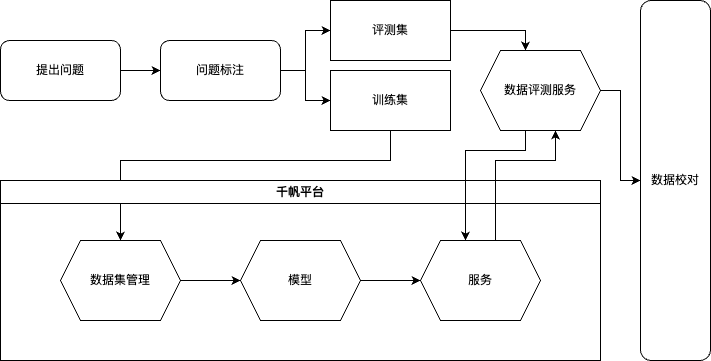
Above: chatbi/评测服务流程.drawio.png in cavaljames/work-diagrams (draw.io), before the change. Source tidied: cells renumbered, new cells last; positions are measured from the earlier drawing's top-left corner, leaving out a move shared by most shapes. Source of this version:
```xml
<mxGraphModel>
  <root>
    <mxCell id="0" />
    <mxCell id="1" parent="0" />
    <mxCell id="2" style="edgeStyle=orthogonalEdgeStyle;rounded=0;jettySize=auto;html=1;" parent="1" edge="1" source="3" target="6">
      <mxGeometry relative="1" as="geometry" />
    </mxCell>
    <mxCell id="3" value="提出问题" style="rounded=1;whiteSpace=wrap;html=1;" parent="1" vertex="1">
      <mxGeometry y="40" width="120" height="60" as="geometry" />
    </mxCell>
    <mxCell id="4" style="edgeStyle=orthogonalEdgeStyle;rounded=0;jettySize=auto;html=1;entryX=0;entryY=0.5;entryDx=0;entryDy=0;" parent="1" edge="1" source="6" target="8">
      <mxGeometry relative="1" as="geometry" />
    </mxCell>
    <mxCell id="5" style="edgeStyle=orthogonalEdgeStyle;rounded=0;jettySize=auto;html=1;exitX=1;exitY=0.5;exitDx=0;exitDy=0;entryX=0;entryY=0.5;entryDx=0;entryDy=0;" parent="1" edge="1" source="6" target="10">
      <mxGeometry relative="1" as="geometry" />
    </mxCell>
    <mxCell id="6" value="问题标注" style="whiteSpace=wrap;html=1;rounded=1;" parent="1" vertex="1">
      <mxGeometry x="160" y="40" width="120" height="60" as="geometry" />
    </mxCell>
    <mxCell id="7" style="edgeStyle=orthogonalEdgeStyle;rounded=0;jettySize=auto;html=1;exitX=1;exitY=0.5;exitDx=0;exitDy=0;entryX=0.375;entryY=0;entryDx=0;entryDy=0;" parent="1" edge="1" source="8" target="19">
      <mxGeometry relative="1" as="geometry" />
    </mxCell>
    <mxCell id="8" value="评测集" style="rounded=0;whiteSpace=wrap;html=1;" parent="1" vertex="1">
      <mxGeometry x="330" width="120" height="60" as="geometry" />
    </mxCell>
    <mxCell id="9" style="edgeStyle=orthogonalEdgeStyle;rounded=0;jettySize=auto;html=1;exitX=0.5;exitY=1;exitDx=0;exitDy=0;" parent="1" edge="1" source="10" target="15">
      <mxGeometry relative="1" as="geometry">
        <Array as="points">
          <mxPoint x="390" y="160" />
          <mxPoint x="120" y="160" />
        </Array>
      </mxGeometry>
    </mxCell>
    <mxCell id="10" value="训练集" style="rounded=0;whiteSpace=wrap;html=1;" parent="1" vertex="1">
      <mxGeometry x="330" y="70" width="120" height="60" as="geometry" />
    </mxCell>
    <mxCell id="11" value="千帆平台" style="swimlane;whiteSpace=wrap;html=1;" parent="1" vertex="1">
      <mxGeometry y="180" width="600" height="180" as="geometry" />
    </mxCell>
    <mxCell id="12" style="edgeStyle=orthogonalEdgeStyle;rounded=0;jettySize=auto;html=1;exitX=1;exitY=0.5;exitDx=0;exitDy=0;entryX=0;entryY=0.5;entryDx=0;entryDy=0;" parent="11" edge="1" source="13" target="16">
      <mxGeometry relative="1" as="geometry" />
    </mxCell>
    <mxCell id="13" value="模型" style="shape=hexagon;perimeter=hexagonPerimeter2;whiteSpace=wrap;html=1;fixedSize=1;" parent="11" vertex="1">
      <mxGeometry x="240" y="60" width="120" height="80" as="geometry" />
    </mxCell>
    <mxCell id="14" style="edgeStyle=orthogonalEdgeStyle;rounded=0;jettySize=auto;html=1;exitX=1;exitY=0.5;exitDx=0;exitDy=0;entryX=0;entryY=0.5;entryDx=0;entryDy=0;" parent="11" edge="1" source="15" target="13">
      <mxGeometry relative="1" as="geometry" />
    </mxCell>
    <mxCell id="15" value="数据集管理" style="shape=hexagon;perimeter=hexagonPerimeter2;whiteSpace=wrap;html=1;fixedSize=1;" parent="11" vertex="1">
      <mxGeometry x="60" y="60" width="120" height="80" as="geometry" />
    </mxCell>
    <mxCell id="16" value="服务" style="shape=hexagon;perimeter=hexagonPerimeter2;whiteSpace=wrap;html=1;fixedSize=1;" parent="11" vertex="1">
      <mxGeometry x="420" y="60" width="120" height="80" as="geometry" />
    </mxCell>
    <mxCell id="17" style="edgeStyle=orthogonalEdgeStyle;rounded=0;jettySize=auto;html=1;exitX=0.375;exitY=1;exitDx=0;exitDy=0;entryX=0.375;entryY=0;entryDx=0;entryDy=0;" parent="1" edge="1" source="19" target="16">
      <mxGeometry relative="1" as="geometry">
        <Array as="points">
          <mxPoint x="525" y="150" />
          <mxPoint x="465" y="150" />
        </Array>
      </mxGeometry>
    </mxCell>
    <mxCell id="18" style="edgeStyle=orthogonalEdgeStyle;rounded=0;jettySize=auto;html=1;exitX=1;exitY=0.5;exitDx=0;exitDy=0;" parent="1" edge="1" source="19" target="21">
      <mxGeometry relative="1" as="geometry" />
    </mxCell>
    <mxCell id="19" value="数据评测服务" style="shape=hexagon;perimeter=hexagonPerimeter2;whiteSpace=wrap;html=1;fixedSize=1;" parent="1" vertex="1">
      <mxGeometry x="480" y="50" width="120" height="80" as="geometry" />
    </mxCell>
    <mxCell id="20" style="edgeStyle=orthogonalEdgeStyle;rounded=0;jettySize=auto;html=1;exitX=0.625;exitY=0;exitDx=0;exitDy=0;entryX=0.625;entryY=1;entryDx=0;entryDy=0;" parent="1" edge="1" source="16" target="19">
      <mxGeometry relative="1" as="geometry">
        <Array as="points">
          <mxPoint x="495" y="160" />
          <mxPoint x="555" y="160" />
        </Array>
      </mxGeometry>
    </mxCell>
    <mxCell id="21" value="数据校对" style="rounded=1;whiteSpace=wrap;html=1;" parent="1" vertex="1">
      <mxGeometry x="640" width="70" height="360" as="geometry" />
    </mxCell>
  </root>
</mxGraphModel>
```
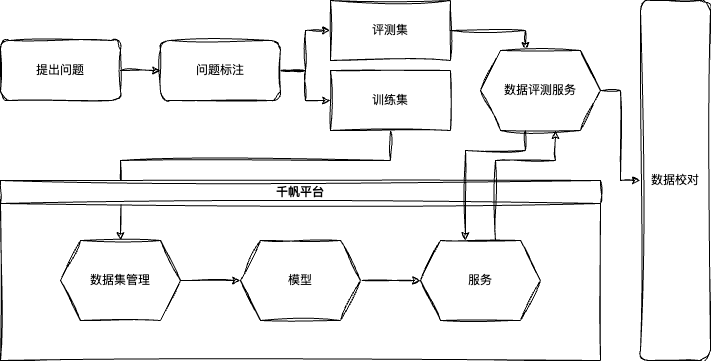
The same diagram one commit later.

Commit message:
更新评测服务流程.drawio.png

What changed in the source:
```diff
@@ -1,29 +1,29 @@
-<mxGraphModel>
+<mxGraphModel background="#FFFFFF">
   <root>
     <mxCell id="0" />
     <mxCell id="1" parent="0" />
-    <mxCell id="2" style="edgeStyle=orthogonalEdgeStyle;rounded=0;jettySize=auto;html=1;" parent="1" edge="1" source="3" target="6">
+    <mxCell id="2" style="edgeStyle=orthogonalEdgeStyle;rounded=0;jettySize=auto;html=1;labelBackgroundColor=none;fontColor=default;sketch=1;curveFitting=1;jiggle=2;" parent="1" edge="1" source="3" target="6">
       <mxGeometry relative="1" as="geometry" />
     </mxCell>
-    <mxCell id="3" value="提出问题" style="rounded=1;whiteSpace=wrap;html=1;" parent="1" vertex="1">
+    <mxCell id="3" value="提出问题" style="rounded=1;whiteSpace=wrap;html=1;labelBackgroundColor=none;sketch=1;curveFitting=1;jiggle=2;" parent="1" vertex="1">
       <mxGeometry y="40" width="120" height="60" as="geometry" />
     </mxCell>
-    <mxCell id="4" style="edgeStyle=orthogonalEdgeStyle;rounded=0;jettySize=auto;html=1;entryX=0;entryY=0.5;entryDx=0;entryDy=0;" parent="1" edge="1" source="6" target="8">
+    <mxCell id="4" style="edgeStyle=orthogonalEdgeStyle;rounded=0;jettySize=auto;html=1;entryX=0;entryY=0.5;entryDx=0;entryDy=0;labelBackgroundColor=none;fontColor=default;sketch=1;curveFitting=1;jiggle=2;" parent="1" edge="1" source="6" target="8">
       <mxGeometry relative="1" as="geometry" />
     </mxCell>
-    <mxCell id="5" style="edgeStyle=orthogonalEdgeStyle;rounded=0;jettySize=auto;html=1;exitX=1;exitY=0.5;exitDx=0;exitDy=0;entryX=0;entryY=0.5;entryDx=0;entryDy=0;" parent="1" edge="1" source="6" target="10">
+    <mxCell id="5" style="edgeStyle=orthogonalEdgeStyle;rounded=0;jettySize=auto;html=1;exitX=1;exitY=0.5;exitDx=0;exitDy=0;entryX=0;entryY=0.5;entryDx=0;entryDy=0;labelBackgroundColor=none;fontColor=default;sketch=1;curveFitting=1;jiggle=2;" parent="1" edge="1" source="6" target="10">
       <mxGeometry relative="1" as="geometry" />
     </mxCell>
-    <mxCell id="6" value="问题标注" style="whiteSpace=wrap;html=1;rounded=1;" parent="1" vertex="1">
+    <mxCell id="6" value="问题标注" style="whiteSpace=wrap;html=1;rounded=1;labelBackgroundColor=none;sketch=1;curveFitting=1;jiggle=2;" parent="1" vertex="1">
       <mxGeometry x="160" y="40" width="120" height="60" as="geometry" />
     </mxCell>
-    <mxCell id="7" style="edgeStyle=orthogonalEdgeStyle;rounded=0;jettySize=auto;html=1;exitX=1;exitY=0.5;exitDx=0;exitDy=0;entryX=0.375;entryY=0;entryDx=0;entryDy=0;" parent="1" edge="1" source="8" target="19">
+    <mxCell id="7" style="edgeStyle=orthogonalEdgeStyle;rounded=0;jettySize=auto;html=1;exitX=1;exitY=0.5;exitDx=0;exitDy=0;entryX=0.375;entryY=0;entryDx=0;entryDy=0;labelBackgroundColor=none;fontColor=default;sketch=1;curveFitting=1;jiggle=2;" parent="1" edge="1" source="8" target="19">
       <mxGeometry relative="1" as="geometry" />
     </mxCell>
-    <mxCell id="8" value="评测集" style="rounded=0;whiteSpace=wrap;html=1;" parent="1" vertex="1">
+    <mxCell id="8" value="评测集" style="rounded=0;whiteSpace=wrap;html=1;labelBackgroundColor=none;sketch=1;curveFitting=1;jiggle=2;" parent="1" vertex="1">
       <mxGeometry x="330" width="120" height="60" as="geometry" />
     </mxCell>
-    <mxCell id="9" style="edgeStyle=orthogonalEdgeStyle;rounded=0;jettySize=auto;html=1;exitX=0.5;exitY=1;exitDx=0;exitDy=0;" parent="1" edge="1" source="10" target="15">
+    <mxCell id="9" style="edgeStyle=orthogonalEdgeStyle;rounded=0;jettySize=auto;html=1;exitX=0.5;exitY=1;exitDx=0;exitDy=0;labelBackgroundColor=none;fontColor=default;sketch=1;curveFitting=1;jiggle=2;" parent="1" edge="1" source="10" target="15">
       <mxGeometry relative="1" as="geometry">
         <Array as="points">
           <mxPoint x="390" y="160" />
@@ -31,28 +31,28 @@
         </Array>
       </mxGeometry>
     </mxCell>
-    <mxCell id="10" value="训练集" style="rounded=0;whiteSpace=wrap;html=1;" parent="1" vertex="1">
+    <mxCell id="10" value="训练集" style="rounded=0;whiteSpace=wrap;html=1;labelBackgroundColor=none;sketch=1;curveFitting=1;jiggle=2;" parent="1" vertex="1">
       <mxGeometry x="330" y="70" width="120" height="60" as="geometry" />
     </mxCell>
-    <mxCell id="11" value="千帆平台" style="swimlane;whiteSpace=wrap;html=1;" parent="1" vertex="1">
+    <mxCell id="11" value="千帆平台" style="swimlane;whiteSpace=wrap;html=1;labelBackgroundColor=none;sketch=1;curveFitting=1;jiggle=2;" parent="1" vertex="1">
       <mxGeometry y="180" width="600" height="180" as="geometry" />
     </mxCell>
-    <mxCell id="12" style="edgeStyle=orthogonalEdgeStyle;rounded=0;jettySize=auto;html=1;exitX=1;exitY=0.5;exitDx=0;exitDy=0;entryX=0;entryY=0.5;entryDx=0;entryDy=0;" parent="11" edge="1" source="13" target="16">
+    <mxCell id="12" style="edgeStyle=orthogonalEdgeStyle;rounded=0;jettySize=auto;html=1;exitX=1;exitY=0.5;exitDx=0;exitDy=0;entryX=0;entryY=0.5;entryDx=0;entryDy=0;labelBackgroundColor=none;fontColor=default;sketch=1;curveFitting=1;jiggle=2;" parent="11" edge="1" source="13" target="16">
       <mxGeometry relative="1" as="geometry" />
     </mxCell>
-    <mxCell id="13" value="模型" style="shape=hexagon;perimeter=hexagonPerimeter2;whiteSpace=wrap;html=1;fixedSize=1;" parent="11" vertex="1">
+    <mxCell id="13" value="模型" style="shape=hexagon;perimeter=hexagonPerimeter2;whiteSpace=wrap;html=1;fixedSize=1;labelBackgroundColor=none;sketch=1;curveFitting=1;jiggle=2;" parent="11" vertex="1">
       <mxGeometry x="240" y="60" width="120" height="80" as="geometry" />
     </mxCell>
-    <mxCell id="14" style="edgeStyle=orthogonalEdgeStyle;rounded=0;jettySize=auto;html=1;exitX=1;exitY=0.5;exitDx=0;exitDy=0;entryX=0;entryY=0.5;entryDx=0;entryDy=0;" parent="11" edge="1" source="15" target="13">
+    <mxCell id="14" style="edgeStyle=orthogonalEdgeStyle;rounded=0;jettySize=auto;html=1;exitX=1;exitY=0.5;exitDx=0;exitDy=0;entryX=0;entryY=0.5;entryDx=0;entryDy=0;labelBackgroundColor=none;fontColor=default;sketch=1;curveFitting=1;jiggle=2;" parent="11" edge="1" source="15" target="13">
       <mxGeometry relative="1" as="geometry" />
     </mxCell>
-    <mxCell id="15" value="数据集管理" style="shape=hexagon;perimeter=hexagonPerimeter2;whiteSpace=wrap;html=1;fixedSize=1;" parent="11" vertex="1">
+    <mxCell id="15" value="数据集管理" style="shape=hexagon;perimeter=hexagonPerimeter2;whiteSpace=wrap;html=1;fixedSize=1;labelBackgroundColor=none;sketch=1;curveFitting=1;jiggle=2;" parent="11" vertex="1">
       <mxGeometry x="60" y="60" width="120" height="80" as="geometry" />
     </mxCell>
-    <mxCell id="16" value="服务" style="shape=hexagon;perimeter=hexagonPerimeter2;whiteSpace=wrap;html=1;fixedSize=1;" parent="11" vertex="1">
+    <mxCell id="16" value="服务" style="shape=hexagon;perimeter=hexagonPerimeter2;whiteSpace=wrap;html=1;fixedSize=1;labelBackgroundColor=none;sketch=1;curveFitting=1;jiggle=2;" parent="11" vertex="1">
       <mxGeometry x="420" y="60" width="120" height="80" as="geometry" />
     </mxCell>
-    <mxCell id="17" style="edgeStyle=orthogonalEdgeStyle;rounded=0;jettySize=auto;html=1;exitX=0.375;exitY=1;exitDx=0;exitDy=0;entryX=0.375;entryY=0;entryDx=0;entryDy=0;" parent="1" edge="1" source="19" target="16">
+    <mxCell id="17" style="edgeStyle=orthogonalEdgeStyle;rounded=0;jettySize=auto;html=1;exitX=0.375;exitY=1;exitDx=0;exitDy=0;entryX=0.375;entryY=0;entryDx=0;entryDy=0;labelBackgroundColor=none;fontColor=default;sketch=1;curveFitting=1;jiggle=2;" parent="1" edge="1" source="19" target="16">
       <mxGeometry relative="1" as="geometry">
         <Array as="points">
           <mxPoint x="525" y="150" />
@@ -60,13 +60,13 @@
         </Array>
       </mxGeometry>
     </mxCell>
-    <mxCell id="18" style="edgeStyle=orthogonalEdgeStyle;rounded=0;jettySize=auto;html=1;exitX=1;exitY=0.5;exitDx=0;exitDy=0;" parent="1" edge="1" source="19" target="21">
+    <mxCell id="18" style="edgeStyle=orthogonalEdgeStyle;rounded=0;jettySize=auto;html=1;exitX=1;exitY=0.5;exitDx=0;exitDy=0;labelBackgroundColor=none;fontColor=default;sketch=1;curveFitting=1;jiggle=2;" parent="1" edge="1" source="19" target="21">
       <mxGeometry relative="1" as="geometry" />
     </mxCell>
-    <mxCell id="19" value="数据评测服务" style="shape=hexagon;perimeter=hexagonPerimeter2;whiteSpace=wrap;html=1;fixedSize=1;" parent="1" vertex="1">
+    <mxCell id="19" value="数据评测服务" style="shape=hexagon;perimeter=hexagonPerimeter2;whiteSpace=wrap;html=1;fixedSize=1;labelBackgroundColor=none;sketch=1;curveFitting=1;jiggle=2;" parent="1" vertex="1">
       <mxGeometry x="480" y="50" width="120" height="80" as="geometry" />
     </mxCell>
-    <mxCell id="20" style="edgeStyle=orthogonalEdgeStyle;rounded=0;jettySize=auto;html=1;exitX=0.625;exitY=0;exitDx=0;exitDy=0;entryX=0.625;entryY=1;entryDx=0;entryDy=0;" parent="1" edge="1" source="16" target="19">
+    <mxCell id="20" style="edgeStyle=orthogonalEdgeStyle;rounded=0;jettySize=auto;html=1;exitX=0.625;exitY=0;exitDx=0;exitDy=0;entryX=0.625;entryY=1;entryDx=0;entryDy=0;labelBackgroundColor=none;fontColor=default;sketch=1;curveFitting=1;jiggle=2;" parent="1" edge="1" source="16" target="19">
       <mxGeometry relative="1" as="geometry">
         <Array as="points">
           <mxPoint x="495" y="160" />
@@ -74,7 +74,7 @@
         </Array>
       </mxGeometry>
     </mxCell>
-    <mxCell id="21" value="数据校对" style="rounded=1;whiteSpace=wrap;html=1;" parent="1" vertex="1">
+    <mxCell id="21" value="数据校对" style="rounded=1;whiteSpace=wrap;html=1;labelBackgroundColor=none;sketch=1;curveFitting=1;jiggle=2;" parent="1" vertex="1">
       <mxGeometry x="640" width="70" height="360" as="geometry" />
     </mxCell>
   </root>
```
